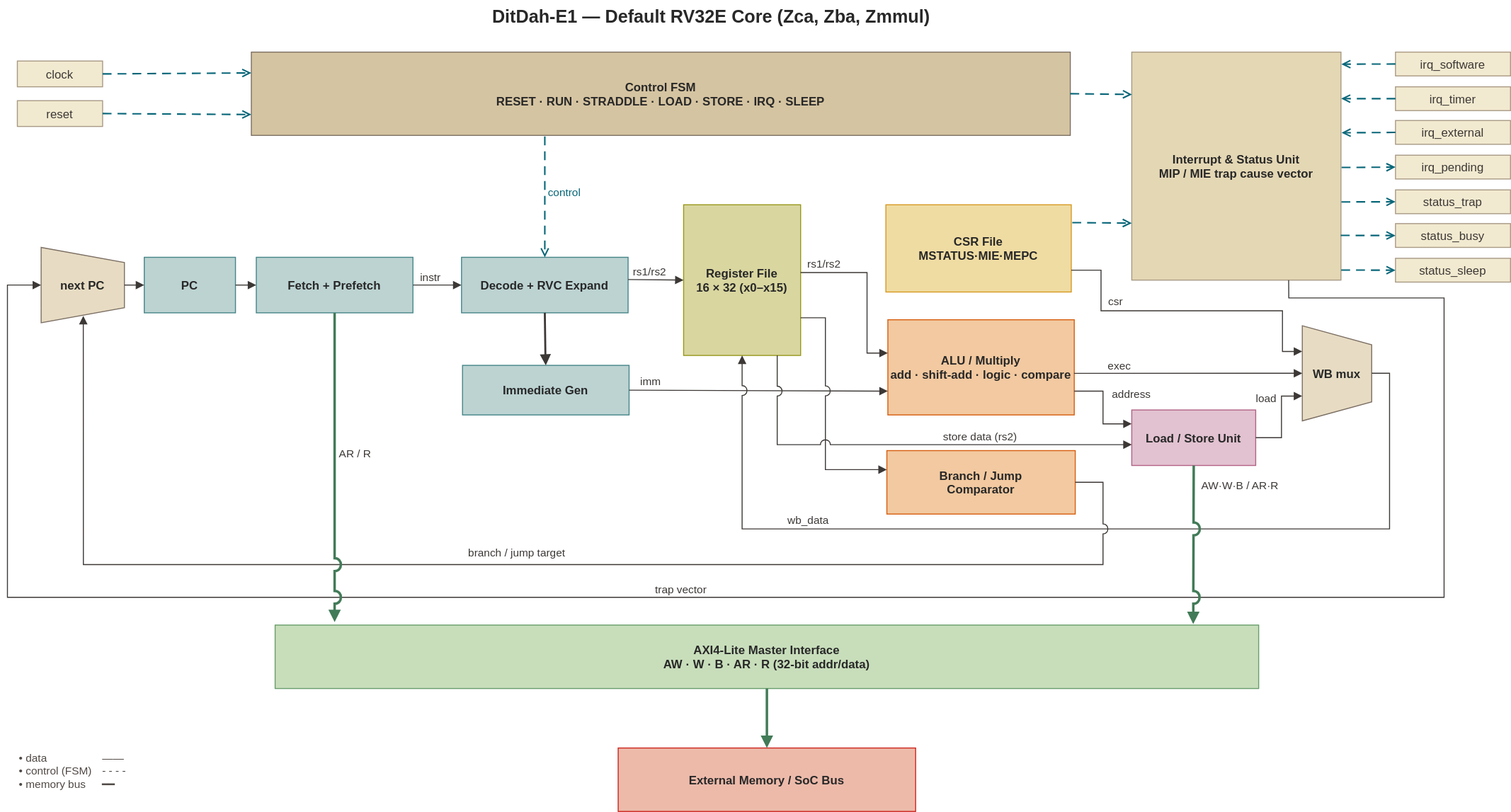
Before: doc/ditdah_e1_microarchitecture.drawio.svg, a diagram exported from draw.io (vowstar/ditdah-e1). Source tidied: cells renumbered, new cells last; positions are measured from the earlier drawing's top-left corner, leaving out a move shared by most shapes.
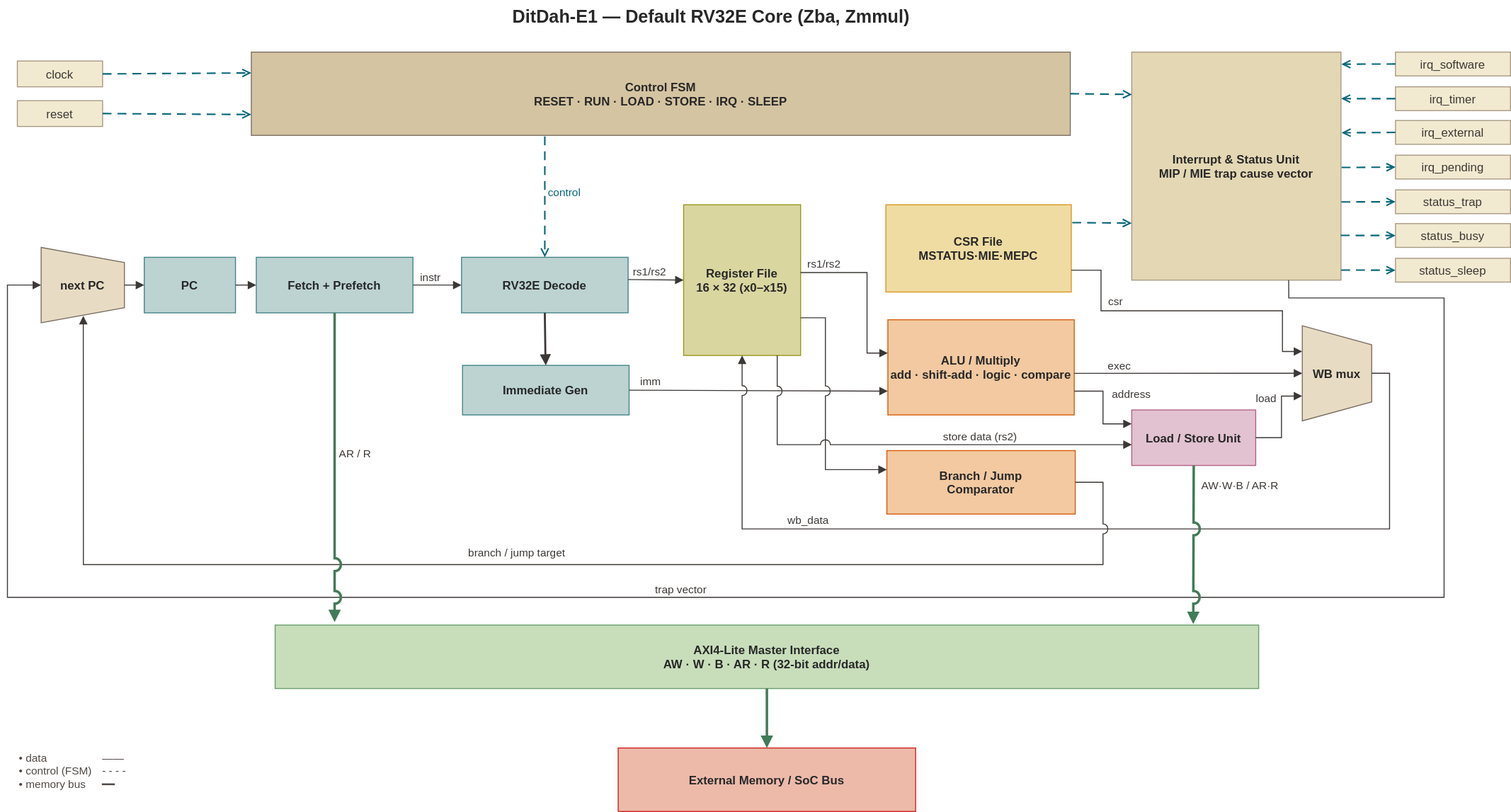
Above is the later version.

The edit, as a diff of the source:
```diff
@@ -2,10 +2,10 @@
   <root>
     <mxCell id="0" />
     <mxCell id="1" parent="0" />
-    <mxCell id="2" value="DitDah-E1 — Default RV32E Core (Zca, Zba, Zmmul)" style="text;align=center;verticalAlign=middle;fontSize=18;fontStyle=1;fontColor=#282828;labelBackgroundColor=none;fillColor=none;" parent="1" vertex="1">
+    <mxCell id="2" value="DitDah-E1 — Default RV32E Core (Zba, Zmmul)" style="text;align=center;verticalAlign=middle;fontSize=18;fontStyle=1;fontColor=#282828;labelBackgroundColor=none;fillColor=none;" parent="1" vertex="1">
       <mxGeometry x="330" width="760" height="30" as="geometry" />
     </mxCell>
-    <mxCell id="3" value="Control FSM&#10;RESET · RUN · STRADDLE · LOAD · STORE · IRQ · SLEEP" style="rounded=0;fillColor=#d5c4a1;strokeColor=#7c6f64;fontColor=#282828; fontSize=12;fontStyle=1;" parent="1" vertex="1">
+    <mxCell id="3" value="Control FSM&#10;RESET · RUN · LOAD · STORE · IRQ · SLEEP" style="rounded=0;fillColor=#d5c4a1;strokeColor=#7c6f64;fontColor=#282828; fontSize=12;fontStyle=1;" parent="1" vertex="1">
       <mxGeometry x="246" y="52" width="826" height="84" as="geometry" />
     </mxCell>
     <mxCell id="4" value="Interrupt &amp; Status Unit&#10;MIP / MIE trap cause vector" style="rounded=0;fillColor=#e4d7b4;strokeColor=#a89984;fontColor=#282828; fontSize=12;fontStyle=1;" parent="1" vertex="1">
@@ -20,7 +20,7 @@
     <mxCell id="7" value="Fetch + Prefetch" style="rounded=0;fillColor=#bcd3d2;strokeColor=#458588;fontColor=#282828; fontSize=12;fontStyle=1;" parent="1" vertex="1">
       <mxGeometry x="251" y="259" width="158" height="56" as="geometry" />
     </mxCell>
-    <mxCell id="8" value="Decode + RVC Expand" style="rounded=0;fillColor=#bcd3d2;strokeColor=#458588;fontColor=#282828; fontSize=12;fontStyle=1;" parent="1" vertex="1">
+    <mxCell id="8" value="RV32E Decode" style="rounded=0;fillColor=#bcd3d2;strokeColor=#458588;fontColor=#282828; fontSize=12;fontStyle=1;" parent="1" vertex="1">
       <mxGeometry x="458" y="259" width="168" height="56" as="geometry" />
     </mxCell>
     <mxCell id="9" value="Register File&#10;16 × 32 (x0–x15)" style="rounded=0;fillColor=#d9d6a0;strokeColor=#98971a;fontColor=#282828; fontSize=12;fontStyle=1;" parent="1" vertex="1">
```
